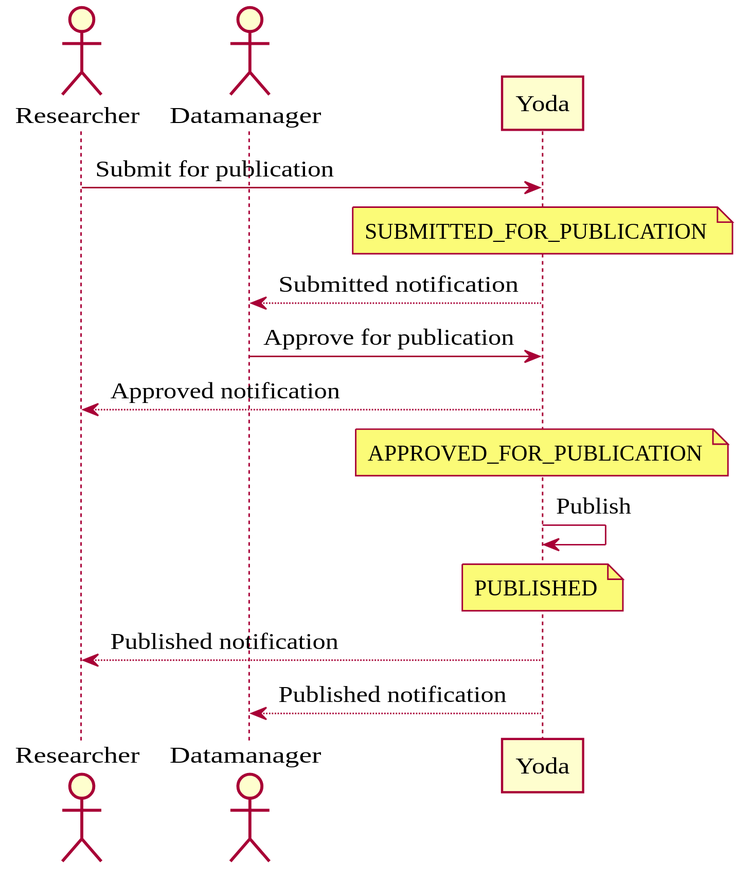
Above: docs/design/img/vault-space-sequence-diagram.svg in UtrechtUniversity/yoda (PlantUML), before the change. Source of this version:
```plantuml
@startuml

skinparam defaultFontName CMU Serif
skinparam defaultFontSize 15
skinparam padding 2
skinparam shadowing false
skinparam dpi 200

actor       Researcher  as researcher
actor       Datamanager as datamanager
participant Yoda        as yoda

researcher   -> yoda        : Submit for publication
note over yoda              : SUBMITTED_FOR_PUBLICATION
yoda        --> datamanager : Submitted notification
datamanager  -> yoda        : Approve for publication
yoda        --> researcher  : Approved notification
note over yoda              : APPROVED_FOR_PUBLICATION
yoda         -> yoda        : Publish
note over yoda              : PUBLISHED
yoda        --> researcher  : Published notification
yoda        --> datamanager : Published notification
@enduml
```
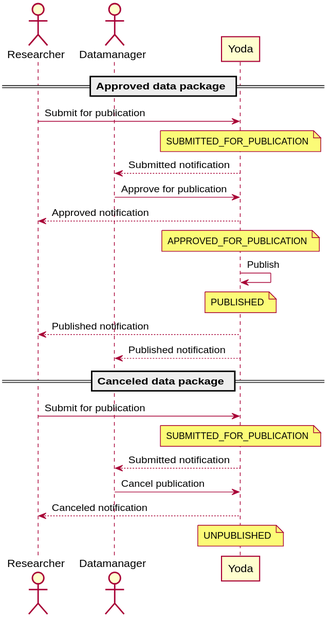
Later version of the same file.

Commit message:
Add unhappy flows in research and vault sequence diagrams.

The edit, as a diff of the source:
```diff
@@ -1,15 +1,12 @@
 @startuml
-
-skinparam defaultFontName CMU Serif
-skinparam defaultFontSize 15
 skinparam padding 2
 skinparam shadowing false
-skinparam dpi 200
 
 actor       Researcher  as researcher
 actor       Datamanager as datamanager
 participant Yoda        as yoda
 
+== Approved data package ==
 researcher   -> yoda        : Submit for publication
 note over yoda              : SUBMITTED_FOR_PUBLICATION
 yoda        --> datamanager : Submitted notification
@@ -20,4 +17,11 @@
 note over yoda              : PUBLISHED
 yoda        --> researcher  : Published notification
 yoda        --> datamanager : Published notification
+== Canceled data package ==
+researcher   -> yoda        : Submit for publication
+note over yoda              : SUBMITTED_FOR_PUBLICATION
+yoda        --> datamanager : Submitted notification
+datamanager  -> yoda        : Cancel publication
+yoda        --> researcher  : Canceled notification
+note over yoda              : UNPUBLISHED
 @enduml
```
